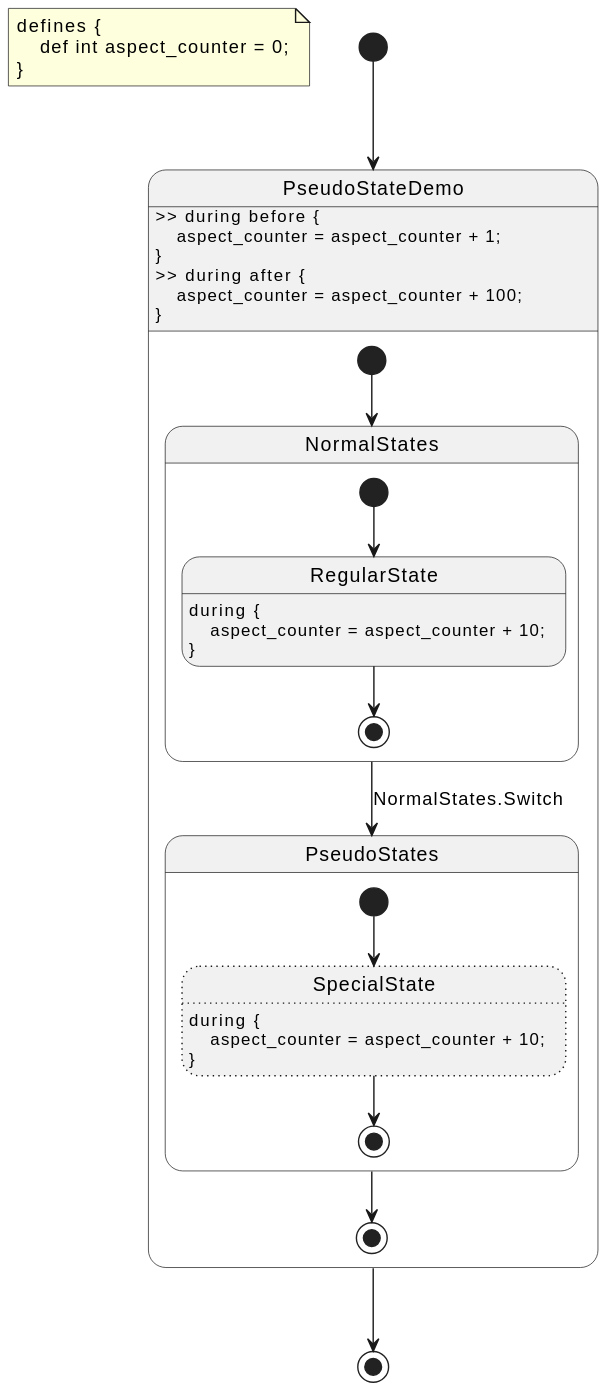
This is docs/source/tutorials/dsl/pseudo_state_demo.fcstm.puml.svg from HansBug/pyfcstm, a PlantUML export, as it was before one commit. Its diagram source:
```plantuml
@startuml
hide empty description
note as DefinitionNote
defines {
    def int aspect_counter = 0;
}
end note

state "PseudoStateDemo" as pseudo_state_demo {
    state "NormalStates" as pseudo_state_demo__normal_states {
        state "RegularState" as pseudo_state_demo__normal_states__regular_state
        pseudo_state_demo__normal_states__regular_state : during {\n    aspect_counter = aspect_counter + 10;\n}
        [*] --> pseudo_state_demo__normal_states__regular_state
        pseudo_state_demo__normal_states__regular_state --> [*]
    }
    state "PseudoStates" as pseudo_state_demo__pseudo_states {
        state "SpecialState" as pseudo_state_demo__pseudo_states__special_state #line.dotted
        pseudo_state_demo__pseudo_states__special_state : during {\n    aspect_counter = aspect_counter + 10;\n}
        [*] --> pseudo_state_demo__pseudo_states__special_state
        pseudo_state_demo__pseudo_states__special_state --> [*]
    }
    [*] --> pseudo_state_demo__normal_states
    pseudo_state_demo__normal_states --> pseudo_state_demo__pseudo_states : NormalStates.Switch
    pseudo_state_demo__pseudo_states --> [*]
}
pseudo_state_demo : >> during before {\n    aspect_counter = aspect_counter + 1;\n}\n>> during after {\n    aspect_counter = aspect_counter + 100;\n}
[*] --> pseudo_state_demo
pseudo_state_demo --> [*]
@enduml
```
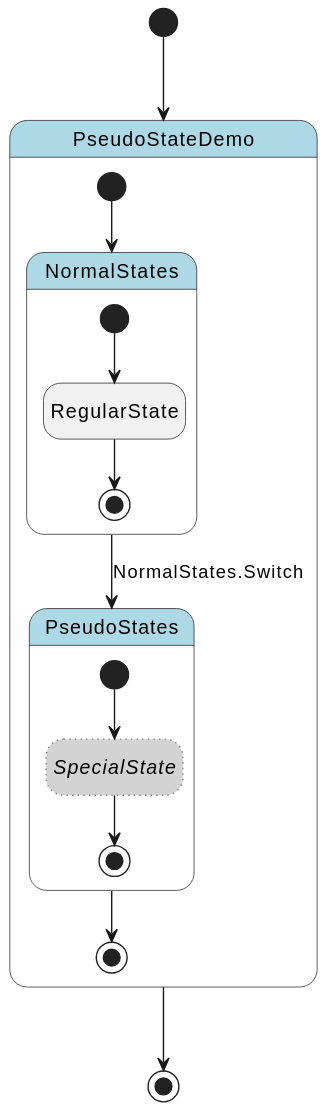
After the change.

What changed in the source:
```diff
@@ -1,21 +1,21 @@
 @startuml
 hide empty description
-note as DefinitionNote
-defines {
-    def int aspect_counter = 0;
+
+skinparam state {
+  BackgroundColor<<pseudo>> LightGray
+  BackgroundColor<<composite>> LightBlue
+  BorderColor<<pseudo>> Gray
+  FontStyle<<pseudo>> italic
 }
-end note
 
-state "PseudoStateDemo" as pseudo_state_demo {
-    state "NormalStates" as pseudo_state_demo__normal_states {
+state "PseudoStateDemo" as pseudo_state_demo <<composite>> {
+    state "NormalStates" as pseudo_state_demo__normal_states <<composite>> {
         state "RegularState" as pseudo_state_demo__normal_states__regular_state
-        pseudo_state_demo__normal_states__regular_state : during {\n    aspect_counter = aspect_counter + 10;\n}
         [*] --> pseudo_state_demo__normal_states__regular_state
         pseudo_state_demo__normal_states__regular_state --> [*]
     }
-    state "PseudoStates" as pseudo_state_demo__pseudo_states {
-        state "SpecialState" as pseudo_state_demo__pseudo_states__special_state #line.dotted
-        pseudo_state_demo__pseudo_states__special_state : during {\n    aspect_counter = aspect_counter + 10;\n}
+    state "PseudoStates" as pseudo_state_demo__pseudo_states <<composite>> {
+        state "SpecialState" as pseudo_state_demo__pseudo_states__special_state <<pseudo>> #line.dotted
         [*] --> pseudo_state_demo__pseudo_states__special_state
         pseudo_state_demo__pseudo_states__special_state --> [*]
     }
@@ -23,7 +23,6 @@
     pseudo_state_demo__normal_states --> pseudo_state_demo__pseudo_states : NormalStates.Switch
     pseudo_state_demo__pseudo_states --> [*]
 }
-pseudo_state_demo : >> during before {\n    aspect_counter = aspect_counter + 1;\n}\n>> during after {\n    aspect_counter = aspect_counter + 100;\n}
 [*] --> pseudo_state_demo
 pseudo_state_demo --> [*]
 @enduml
```
